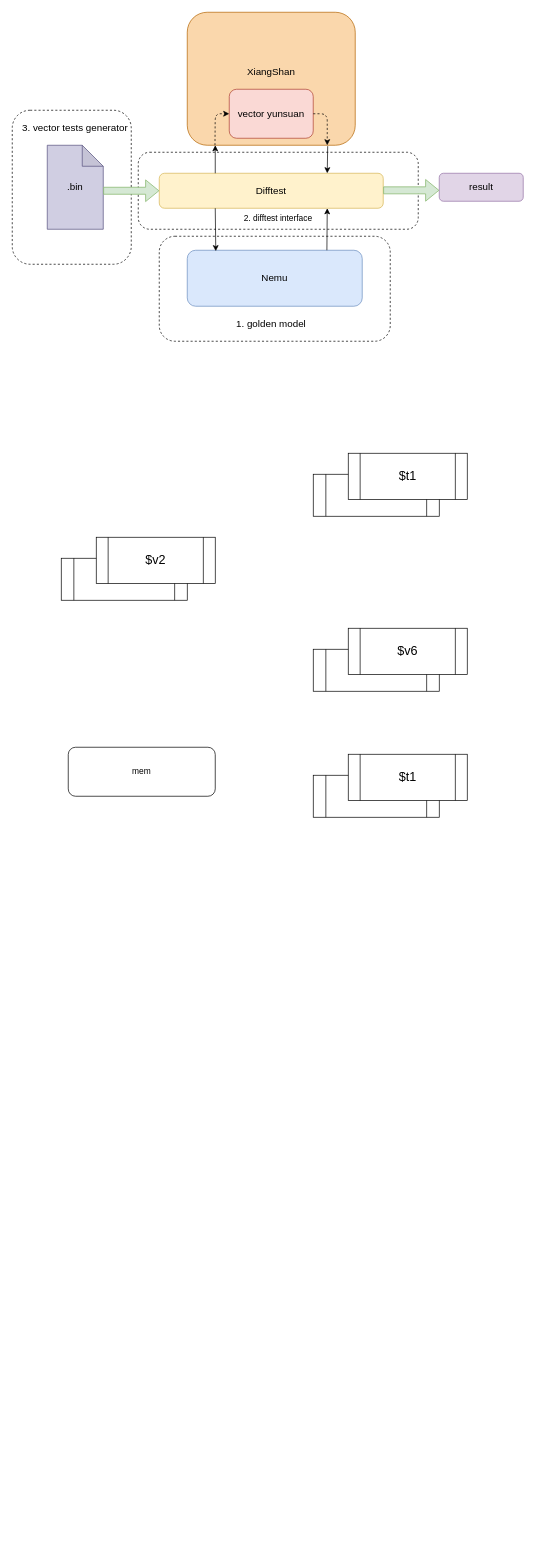
Before: 未命名绘图.drawio in Ziyue-Zhang/draw_picture, a draw.io diagram. Source tidied: cells renumbered, new cells numbered last; positions are measured from the earlier drawing's top-left corner, leaving out a move shared by most shapes. Both pictures are drawn from the tidied source at 70%, with x=0, y=0 at pixel (12, 12).
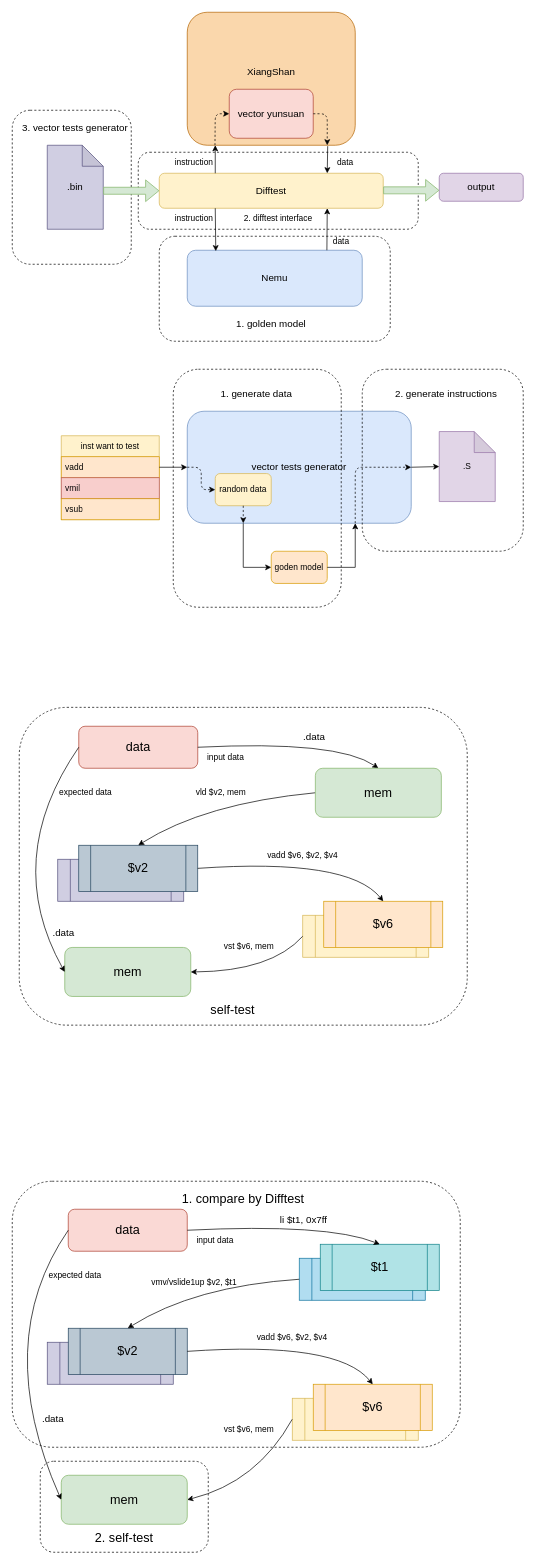
The same page after the edit.

Commit message:
更新未命名绘图.drawio

Diff of the diagram source:
```diff
@@
+    <mxCell id="32" style="rounded=1;whiteSpace=wrap;html=1;fillColor=none;dashed=1;" parent="1" vertex="1">
+      <mxGeometry x="40" y="2070" width="240" height="130" as="geometry" />
+    </mxCell>
+    <mxCell id="33" style="rounded=1;whiteSpace=wrap;html=1;fillColor=none;dashed=1;" parent="1" vertex="1">
+      <mxGeometry y="1670" width="640" height="380" as="geometry" />
+    </mxCell>
-    <mxCell id="2" style="rounded=1;whiteSpace=wrap;html=1;dashed=1;" parent="1" vertex="1">
+    <mxCell id="2" style="rounded=1;whiteSpace=wrap;html=1;dashed=1;fillColor=none;" parent="1" vertex="1">
       <mxGeometry x="180" y="200" width="400" height="110" as="geometry" />
     </mxCell>
-    <mxCell id="3" style="rounded=1;whiteSpace=wrap;html=1;dashed=1;" parent="1" vertex="1">
+    <mxCell id="3" style="rounded=1;whiteSpace=wrap;html=1;dashed=1;fillColor=none;" parent="1" vertex="1">
       <mxGeometry x="210" y="320" width="330" height="150" as="geometry" />
     </mxCell>
-    <mxCell id="4" value="&lt;font style=&quot;font-size: 14px;&quot;&gt;result&lt;/font&gt;" style="rounded=1;whiteSpace=wrap;html=1;fillColor=#e1d5e7;strokeColor=#9673a6;" parent="1" vertex="1">
+    <mxCell id="4" value="&lt;font style=&quot;font-size: 14px;&quot;&gt;output&lt;/font&gt;" style="rounded=1;whiteSpace=wrap;html=1;fillColor=#e1d5e7;strokeColor=#9673a6;" parent="1" vertex="1">
       <mxGeometry x="610" y="230" width="120" height="40" as="geometry" />
     </mxCell>
-    <mxCell id="5" style="rounded=1;whiteSpace=wrap;html=1;glass=0;dashed=1;" parent="1" vertex="1">
+    <mxCell id="5" style="rounded=1;whiteSpace=wrap;html=1;glass=0;dashed=1;fillColor=none;" parent="1" vertex="1">
       <mxGeometry y="140" width="170" height="220" as="geometry" />
     </mxCell>
@@
-    <mxCell id="23" style="shape=process;whiteSpace=wrap;html=1;backgroundOutline=1;" parent="1" vertex="1">
-      <mxGeometry x="430" y="660" width="180" height="60" as="geometry" />
+    <mxCell id="23" style="shape=process;whiteSpace=wrap;html=1;backgroundOutline=1;fillColor=#b1ddf0;strokeColor=#10739e;" parent="1" vertex="1">
+      <mxGeometry x="410" y="1780" width="180" height="60" as="geometry" />
     </mxCell>
-    <mxCell id="24" value="&lt;font style=&quot;font-size: 18px;&quot;&gt;$t1&lt;/font&gt;" style="shape=process;whiteSpace=wrap;html=1;backgroundOutline=1;" parent="1" vertex="1">
-      <mxGeometry x="480" y="630" width="170" height="66" as="geometry" />
+    <mxCell id="24" value="&lt;font style=&quot;font-size: 18px;&quot;&gt;$t1&lt;/font&gt;" style="shape=process;whiteSpace=wrap;html=1;backgroundOutline=1;fillColor=#b0e3e6;strokeColor=#0e8088;" parent="1" vertex="1">
+      <mxGeometry x="440" y="1760" width="170" height="66" as="geometry" />
     </mxCell>
-    <mxCell id="25" style="shape=process;whiteSpace=wrap;html=1;backgroundOutline=1;" parent="1" vertex="1">
-      <mxGeometry x="70" y="780" width="180" height="60" as="geometry" />
+    <mxCell id="25" style="shape=process;whiteSpace=wrap;html=1;backgroundOutline=1;fillColor=#d0cee2;strokeColor=#56517e;" parent="1" vertex="1">
+      <mxGeometry x="50" y="1900" width="180" height="60" as="geometry" />
     </mxCell>
-    <mxCell id="26" value="&lt;font style=&quot;font-size: 18px;&quot;&gt;$v2&lt;/font&gt;" style="shape=process;whiteSpace=wrap;html=1;backgroundOutline=1;" parent="1" vertex="1">
-      <mxGeometry x="120" y="750" width="170" height="66" as="geometry" />
+    <mxCell id="26" value="&lt;font style=&quot;font-size: 18px;&quot;&gt;$v2&lt;/font&gt;" style="shape=process;whiteSpace=wrap;html=1;backgroundOutline=1;fillColor=#bac8d3;strokeColor=#23445d;" parent="1" vertex="1">
+      <mxGeometry x="80" y="1880" width="170" height="66" as="geometry" />
     </mxCell>
-    <mxCell id="27" style="shape=process;whiteSpace=wrap;html=1;backgroundOutline=1;" parent="1" vertex="1">
-      <mxGeometry x="430" y="910" width="180" height="60" as="geometry" />
+    <mxCell id="27" style="shape=process;whiteSpace=wrap;html=1;backgroundOutline=1;fillColor=#fff2cc;strokeColor=#d6b656;" parent="1" vertex="1">
+      <mxGeometry x="400" y="1980" width="180" height="60" as="geometry" />
     </mxCell>
-    <mxCell id="28" value="&lt;font style=&quot;font-size: 18px;&quot;&gt;$v6&lt;/font&gt;" style="shape=process;whiteSpace=wrap;html=1;backgroundOutline=1;" parent="1" vertex="1">
-      <mxGeometry x="480" y="880" width="170" height="66" as="geometry" />
+    <mxCell id="28" value="&lt;font style=&quot;font-size: 18px;&quot;&gt;$v6&lt;/font&gt;" style="shape=process;whiteSpace=wrap;html=1;backgroundOutline=1;fillColor=#ffe6cc;strokeColor=#d79b00;" parent="1" vertex="1">
+      <mxGeometry x="430" y="1960" width="170" height="66" as="geometry" />
     </mxCell>
-    <mxCell id="29" value="mem" style="rounded=1;whiteSpace=wrap;html=1;" parent="1" vertex="1">
-      <mxGeometry x="80" y="1050" width="210" height="70" as="geometry" />
+    <mxCell id="29" value="&lt;font style=&quot;font-size: 18px;&quot;&gt;mem&lt;/font&gt;" style="rounded=1;whiteSpace=wrap;html=1;fillColor=#d5e8d4;strokeColor=#82b366;" parent="1" vertex="1">
+      <mxGeometry x="70" y="2090" width="180" height="70" as="geometry" />
     </mxCell>
-    <mxCell id="30" style="shape=process;whiteSpace=wrap;html=1;backgroundOutline=1;" parent="1" vertex="1">
-      <mxGeometry x="430" y="1090" width="180" height="60" as="geometry" />
-    </mxCell>
-    <mxCell id="31" value="&lt;font style=&quot;font-size: 18px;&quot;&gt;$t1&lt;/font&gt;" style="shape=process;whiteSpace=wrap;html=1;backgroundOutline=1;" parent="1" vertex="1">
-      <mxGeometry x="480" y="1060" width="170" height="66" as="geometry" />
-    </mxCell>
+    <mxCell id="34" value="instruction" style="text;html=1;strokeColor=none;fillColor=none;align=center;verticalAlign=middle;whiteSpace=wrap;rounded=0;" parent="1" vertex="1">
+      <mxGeometry x="230" y="200" width="60" height="30" as="geometry" />
+    </mxCell>
+    <mxCell id="35" value="instruction" style="text;html=1;strokeColor=none;fillColor=none;align=center;verticalAlign=middle;whiteSpace=wrap;rounded=0;" parent="1" vertex="1">
+      <mxGeometry x="230" y="280" width="60" height="30" as="geometry" />
+    </mxCell>
+    <mxCell id="36" value="data" style="text;html=1;strokeColor=none;fillColor=none;align=center;verticalAlign=middle;whiteSpace=wrap;rounded=0;" parent="1" vertex="1">
+      <mxGeometry x="446" y="200" width="60" height="30" as="geometry" />
+    </mxCell>
+    <mxCell id="37" value="data" style="text;html=1;strokeColor=none;fillColor=none;align=center;verticalAlign=middle;whiteSpace=wrap;rounded=0;" parent="1" vertex="1">
+      <mxGeometry x="440" y="312" width="60" height="30" as="geometry" />
+    </mxCell>
+    <mxCell id="38" value="&lt;font style=&quot;font-size: 14px;&quot;&gt;vector tests generator&lt;/font&gt;" style="rounded=1;whiteSpace=wrap;html=1;fillColor=#dae8fc;strokeColor=#6c8ebf;" parent="1" vertex="1">
+      <mxGeometry x="250" y="570" width="320" height="160" as="geometry" />
+    </mxCell>
+    <mxCell id="39" value="inst want to test" style="swimlane;fontStyle=0;horizontal=1;startSize=30;whiteSpace=wrap;html=1;fillColor=#fff2cc;strokeColor=#d6b656;" parent="1" vertex="1">
+      <mxGeometry x="70" y="605" width="140" height="120" as="geometry" />
+    </mxCell>
+    <mxCell id="40" value="vadd" style="text;strokeColor=#d79b00;fillColor=#ffe6cc;align=left;verticalAlign=middle;spacingLeft=4;spacingRight=4;overflow=hidden;points=[[0,0.5],[1,0.5]];portConstraint=eastwest;whiteSpace=wrap;html=1;" parent="39" vertex="1">
+      <mxGeometry y="30" width="140" height="30" as="geometry" />
+    </mxCell>
+    <mxCell id="41" value="vmil" style="text;strokeColor=#b85450;fillColor=#f8cecc;align=left;verticalAlign=middle;spacingLeft=4;spacingRight=4;overflow=hidden;whiteSpace=wrap;html=1;" parent="39" vertex="1">
+      <mxGeometry y="60" width="140" height="30" as="geometry" />
+    </mxCell>
+    <mxCell id="42" value="vsub" style="text;strokeColor=#d79b00;fillColor=#ffe6cc;align=left;verticalAlign=middle;spacingLeft=4;spacingRight=4;overflow=hidden;whiteSpace=wrap;html=1;" parent="39" vertex="1">
+      <mxGeometry y="90" width="140" height="30" as="geometry" />
+    </mxCell>
+    <mxCell id="43" value=".S" style="shape=note;whiteSpace=wrap;html=1;backgroundOutline=1;darkOpacity=0.05;fillColor=#e1d5e7;strokeColor=#9673a6;" parent="1" vertex="1">
+      <mxGeometry x="610" y="599" width="80" height="100" as="geometry" />
+    </mxCell>
+    <mxCell id="44" value="random data" style="rounded=1;whiteSpace=wrap;html=1;fillColor=#fff2cc;strokeColor=#d6b656;" parent="1" vertex="1">
+      <mxGeometry x="290" y="659" width="80" height="46" as="geometry" />
+    </mxCell>
+    <mxCell id="45" value="goden model" style="rounded=1;whiteSpace=wrap;html=1;fillColor=#ffe6cc;strokeColor=#d79b00;" parent="1" vertex="1">
+      <mxGeometry x="370" y="770" width="80" height="46" as="geometry" />
+    </mxCell>
+    <mxCell id="46" style="endArrow=classic;html=1;rounded=0;exitX=0.5;exitY=1;exitDx=0;exitDy=0;dashed=1;" parent="1" edge="1" source="44">
+      <mxGeometry relative="1" as="geometry">
+        <mxPoint x="330" y="730" as="targetPoint" />
+      </mxGeometry>
+    </mxCell>
+    <mxCell id="47" style="endArrow=classic;html=1;rounded=0;exitX=1;exitY=0.5;exitDx=0;exitDy=0;entryX=0.75;entryY=1;entryDx=0;entryDy=0;" parent="1" edge="1" source="45" target="38">
+      <mxGeometry relative="1" as="geometry">
+        <Array as="points">
+          <mxPoint x="490" y="793" />
+        </Array>
+      </mxGeometry>
+    </mxCell>
+    <mxCell id="48" style="endArrow=classic;html=1;rounded=0;exitX=0.25;exitY=1;exitDx=0;exitDy=0;entryX=0;entryY=0.5;entryDx=0;entryDy=0;" parent="1" edge="1" source="38" target="45">
+      <mxGeometry relative="1" as="geometry">
+        <Array as="points">
+          <mxPoint x="330" y="793" />
+        </Array>
+      </mxGeometry>
+    </mxCell>
+    <mxCell id="49" style="endArrow=classic;html=1;rounded=0;exitX=1;exitY=0.5;exitDx=0;exitDy=0;entryX=0;entryY=0.5;entryDx=0;entryDy=0;" parent="1" edge="1" source="40" target="38">
+      <mxGeometry relative="1" as="geometry" />
+    </mxCell>
+    <mxCell id="50" style="endArrow=classic;html=1;rounded=1;exitX=0;exitY=0.5;exitDx=0;exitDy=0;entryX=0;entryY=0.5;entryDx=0;entryDy=0;dashed=1;" parent="1" edge="1" source="38" target="44">
+      <mxGeometry relative="1" as="geometry">
+        <Array as="points">
+          <mxPoint x="270" y="650" />
+          <mxPoint x="270" y="682" />
+        </Array>
+      </mxGeometry>
+    </mxCell>
+    <mxCell id="51" style="endArrow=classic;html=1;rounded=1;exitX=0.75;exitY=1;exitDx=0;exitDy=0;entryX=1;entryY=0.5;entryDx=0;entryDy=0;dashed=1;" parent="1" edge="1" source="38" target="38">
+      <mxGeometry relative="1" as="geometry">
+        <Array as="points">
+          <mxPoint x="490" y="650" />
+        </Array>
+      </mxGeometry>
+    </mxCell>
+    <mxCell id="52" style="endArrow=classic;html=1;rounded=0;exitX=1;exitY=0.5;exitDx=0;exitDy=0;entryX=0;entryY=0.5;entryDx=0;entryDy=0;entryPerimeter=0;" parent="1" edge="1" source="38" target="43">
+      <mxGeometry relative="1" as="geometry" />
+    </mxCell>
+    <mxCell id="53" style="rounded=1;whiteSpace=wrap;html=1;dashed=1;fillColor=none;" parent="1" vertex="1">
+      <mxGeometry x="230" y="510" width="240" height="340" as="geometry" />
+    </mxCell>
+    <mxCell id="54" style="rounded=1;whiteSpace=wrap;html=1;dashed=1;fillColor=none;" parent="1" vertex="1">
+      <mxGeometry x="500" y="510" width="230" height="260" as="geometry" />
+    </mxCell>
+    <mxCell id="55" value="&lt;font style=&quot;font-size: 14px;&quot;&gt;1. generate data&lt;/font&gt;" style="text;html=1;strokeColor=none;fillColor=none;align=center;verticalAlign=middle;whiteSpace=wrap;rounded=0;" parent="1" vertex="1">
+      <mxGeometry x="296" y="530" width="106" height="30" as="geometry" />
+    </mxCell>
+    <mxCell id="56" value="&lt;font style=&quot;font-size: 14px;&quot;&gt;2. generate instructions&lt;/font&gt;" style="text;html=1;strokeColor=none;fillColor=none;align=center;verticalAlign=middle;whiteSpace=wrap;rounded=0;" parent="1" vertex="1">
+      <mxGeometry x="540" y="530" width="160" height="30" as="geometry" />
+    </mxCell>
+    <mxCell id="57" value="&lt;font style=&quot;font-size: 18px;&quot;&gt;data&lt;/font&gt;" style="rounded=1;whiteSpace=wrap;html=1;fillColor=#fad9d5;strokeColor=#ae4132;" parent="1" vertex="1">
+      <mxGeometry x="80" y="1710" width="170" height="60" as="geometry" />
+    </mxCell>
+    <mxCell id="58" style="curved=1;endArrow=classic;html=1;rounded=0;exitX=1;exitY=0.5;exitDx=0;exitDy=0;entryX=0.5;entryY=0;entryDx=0;entryDy=0;" parent="1" edge="1" source="57" target="24">
+      <mxGeometry relative="1" as="geometry">
+        <Array as="points">
+          <mxPoint x="450" y="1730" />
+        </Array>
+      </mxGeometry>
+    </mxCell>
+    <mxCell id="59" style="curved=1;endArrow=classic;html=1;rounded=0;entryX=0.5;entryY=0;entryDx=0;entryDy=0;exitX=0;exitY=0.5;exitDx=0;exitDy=0;" parent="1" edge="1" source="23" target="26">
+      <mxGeometry relative="1" as="geometry">
+        <Array as="points">
+          <mxPoint x="260" y="1820" />
+        </Array>
+      </mxGeometry>
+    </mxCell>
+    <mxCell id="60" style="curved=1;endArrow=classic;html=1;rounded=0;exitX=1;exitY=0.5;exitDx=0;exitDy=0;entryX=0.5;entryY=0;entryDx=0;entryDy=0;" parent="1" edge="1" source="26" target="28">
+      <mxGeometry relative="1" as="geometry">
+        <Array as="points">
+          <mxPoint x="465" y="1898" />
+        </Array>
+      </mxGeometry>
+    </mxCell>
+    <mxCell id="61" style="curved=1;endArrow=classic;html=1;rounded=0;exitX=0;exitY=0.5;exitDx=0;exitDy=0;entryX=0;entryY=0.5;entryDx=0;entryDy=0;" parent="1" edge="1" source="57" target="29">
+      <mxGeometry relative="1" as="geometry">
+        <Array as="points">
+          <mxPoint x="-30" y="1900" />
+        </Array>
+      </mxGeometry>
+    </mxCell>
+    <mxCell id="62" style="curved=1;endArrow=classic;html=1;rounded=0;exitX=0;exitY=0.5;exitDx=0;exitDy=0;entryX=1;entryY=0.5;entryDx=0;entryDy=0;" parent="1" edge="1" source="27" target="29">
+      <mxGeometry relative="1" as="geometry">
+        <Array as="points">
+          <mxPoint x="350" y="2100" />
+        </Array>
+      </mxGeometry>
+    </mxCell>
+    <mxCell id="63" value="expected data" style="text;html=1;strokeColor=none;fillColor=none;align=center;verticalAlign=middle;whiteSpace=wrap;rounded=0;" parent="1" vertex="1">
+      <mxGeometry x="40" y="1790" width="100" height="30" as="geometry" />
+    </mxCell>
+    <mxCell id="64" value="input data" style="text;html=1;strokeColor=none;fillColor=none;align=center;verticalAlign=middle;whiteSpace=wrap;rounded=0;" parent="1" vertex="1">
+      <mxGeometry x="240" y="1740" width="100" height="30" as="geometry" />
+    </mxCell>
+    <mxCell id="65" value="&lt;font style=&quot;font-size: 18px;&quot;&gt;1. compare by Difftest&lt;/font&gt;" style="text;html=1;strokeColor=none;fillColor=none;align=center;verticalAlign=middle;whiteSpace=wrap;rounded=0;" parent="1" vertex="1">
+      <mxGeometry x="230" y="1680" width="200" height="30" as="geometry" />
+    </mxCell>
+    <mxCell id="66" value="&lt;font style=&quot;font-size: 18px;&quot;&gt;2. self-test&lt;/font&gt;" style="text;html=1;strokeColor=none;fillColor=none;align=center;verticalAlign=middle;whiteSpace=wrap;rounded=0;" parent="1" vertex="1">
+      <mxGeometry x="60" y="2165" width="200" height="30" as="geometry" />
+    </mxCell>
+    <mxCell id="67" value="&lt;font style=&quot;font-size: 14px;&quot;&gt;li $t1, 0x7ff&lt;/font&gt;" style="text;html=1;strokeColor=none;fillColor=none;align=center;verticalAlign=middle;whiteSpace=wrap;rounded=0;" parent="1" vertex="1">
+      <mxGeometry x="373" y="1710" width="87" height="30" as="geometry" />
+    </mxCell>
+    <mxCell id="68" value="vmv/vslide1up $v2, $t1" style="text;html=1;strokeColor=none;fillColor=none;align=center;verticalAlign=middle;whiteSpace=wrap;rounded=0;" parent="1" vertex="1">
+      <mxGeometry x="190" y="1800" width="140" height="30" as="geometry" />
+    </mxCell>
+    <mxCell id="69" value="vadd $v6, $v2, $v4" style="text;html=1;strokeColor=none;fillColor=none;align=center;verticalAlign=middle;whiteSpace=wrap;rounded=0;" parent="1" vertex="1">
+      <mxGeometry x="330" y="1879" width="140" height="30" as="geometry" />
+    </mxCell>
+    <mxCell id="70" style="shape=process;whiteSpace=wrap;html=1;backgroundOutline=1;fillColor=#d0cee2;strokeColor=#56517e;" parent="1" vertex="1">
+      <mxGeometry x="65" y="1210" width="180" height="60" as="geometry" />
+    </mxCell>
+    <mxCell id="71" value="&lt;font style=&quot;font-size: 18px;&quot;&gt;$v2&lt;/font&gt;" style="shape=process;whiteSpace=wrap;html=1;backgroundOutline=1;fillColor=#bac8d3;strokeColor=#23445d;" parent="1" vertex="1">
+      <mxGeometry x="95" y="1190" width="170" height="66" as="geometry" />
+    </mxCell>
+    <mxCell id="72" style="shape=process;whiteSpace=wrap;html=1;backgroundOutline=1;fillColor=#fff2cc;strokeColor=#d6b656;" parent="1" vertex="1">
+      <mxGeometry x="415" y="1290" width="180" height="60" as="geometry" />
+    </mxCell>
+    <mxCell id="73" value="&lt;font style=&quot;font-size: 18px;&quot;&gt;$v6&lt;/font&gt;" style="shape=process;whiteSpace=wrap;html=1;backgroundOutline=1;fillColor=#ffe6cc;strokeColor=#d79b00;" parent="1" vertex="1">
+      <mxGeometry x="445" y="1270" width="170" height="66" as="geometry" />
+    </mxCell>
+    <mxCell id="74" value="&lt;font style=&quot;font-size: 18px;&quot;&gt;mem&lt;/font&gt;" style="rounded=1;whiteSpace=wrap;html=1;fillColor=#d5e8d4;strokeColor=#82b366;" parent="1" vertex="1">
+      <mxGeometry x="75" y="1336" width="180" height="70" as="geometry" />
+    </mxCell>
+    <mxCell id="75" value="&lt;font style=&quot;font-size: 18px;&quot;&gt;data&lt;/font&gt;" style="rounded=1;whiteSpace=wrap;html=1;fillColor=#fad9d5;strokeColor=#ae4132;" parent="1" vertex="1">
+      <mxGeometry x="95" y="1020" width="170" height="60" as="geometry" />
+    </mxCell>
+    <mxCell id="76" style="curved=1;endArrow=classic;html=1;rounded=0;exitX=1;exitY=0.5;exitDx=0;exitDy=0;entryX=0.5;entryY=0;entryDx=0;entryDy=0;" parent="1" edge="1" source="75" target="87">
+      <mxGeometry relative="1" as="geometry">
+        <Array as="points">
+          <mxPoint x="465" y="1040" />
+        </Array>
+      </mxGeometry>
+    </mxCell>
+    <mxCell id="77" style="curved=1;endArrow=classic;html=1;rounded=0;entryX=0.5;entryY=0;entryDx=0;entryDy=0;exitX=0;exitY=0.5;exitDx=0;exitDy=0;" parent="1" edge="1" source="87" target="71">
+      <mxGeometry relative="1" as="geometry">
+        <Array as="points">
+          <mxPoint x="275" y="1130" />
+        </Array>
+      </mxGeometry>
+    </mxCell>
+    <mxCell id="78" style="curved=1;endArrow=classic;html=1;rounded=0;exitX=1;exitY=0.5;exitDx=0;exitDy=0;entryX=0.5;entryY=0;entryDx=0;entryDy=0;" parent="1" edge="1" source="71" target="73">
+      <mxGeometry relative="1" as="geometry">
+        <Array as="points">
+          <mxPoint x="480" y="1208" />
+        </Array>
+      </mxGeometry>
+    </mxCell>
+    <mxCell id="79" style="curved=1;endArrow=classic;html=1;rounded=0;exitX=0;exitY=0.5;exitDx=0;exitDy=0;entryX=0;entryY=0.5;entryDx=0;entryDy=0;" parent="1" edge="1" source="75" target="74">
+      <mxGeometry relative="1" as="geometry">
+        <Array as="points">
+          <mxPoint x="-15" y="1210" />
+        </Array>
+      </mxGeometry>
+    </mxCell>
+    <mxCell id="80" style="curved=1;endArrow=classic;html=1;rounded=0;exitX=0;exitY=0.5;exitDx=0;exitDy=0;entryX=1;entryY=0.5;entryDx=0;entryDy=0;" parent="1" edge="1" source="72" target="74">
+      <mxGeometry relative="1" as="geometry">
+        <Array as="points">
+          <mxPoint x="370" y="1370" />
+        </Array>
+      </mxGeometry>
+    </mxCell>
+    <mxCell id="81" value="expected data" style="text;html=1;strokeColor=none;fillColor=none;align=center;verticalAlign=middle;whiteSpace=wrap;rounded=0;" parent="1" vertex="1">
+      <mxGeometry x="55" y="1100" width="100" height="30" as="geometry" />
+    </mxCell>
+    <mxCell id="82" value="input data" style="text;html=1;strokeColor=none;fillColor=none;align=center;verticalAlign=middle;whiteSpace=wrap;rounded=0;" parent="1" vertex="1">
+      <mxGeometry x="255" y="1050" width="100" height="30" as="geometry" />
+    </mxCell>
+    <mxCell id="83" value="&lt;font style=&quot;font-size: 14px;&quot;&gt;.data&lt;/font&gt;" style="text;html=1;strokeColor=none;fillColor=none;align=center;verticalAlign=middle;whiteSpace=wrap;rounded=0;" parent="1" vertex="1">
+      <mxGeometry x="388" y="1020" width="87" height="30" as="geometry" />
+    </mxCell>
+    <mxCell id="84" value="vadd $v6, $v2, $v4" style="text;html=1;strokeColor=none;fillColor=none;align=center;verticalAlign=middle;whiteSpace=wrap;rounded=0;" parent="1" vertex="1">
+      <mxGeometry x="345" y="1189" width="140" height="30" as="geometry" />
+    </mxCell>
+    <mxCell id="85" value="&lt;font style=&quot;font-size: 14px;&quot;&gt;.data&lt;/font&gt;" style="text;html=1;strokeColor=none;fillColor=none;align=center;verticalAlign=middle;whiteSpace=wrap;rounded=0;" parent="1" vertex="1">
+      <mxGeometry x="15" y="1995" width="87" height="30" as="geometry" />
+    </mxCell>
+    <mxCell id="86" value="vst $v6, mem&amp;nbsp;" style="text;html=1;strokeColor=none;fillColor=none;align=center;verticalAlign=middle;whiteSpace=wrap;rounded=0;" parent="1" vertex="1">
+      <mxGeometry x="270" y="2010" width="140" height="30" as="geometry" />
+    </mxCell>
+    <mxCell id="87" value="&lt;font style=&quot;font-size: 18px;&quot;&gt;mem&lt;/font&gt;" style="rounded=1;whiteSpace=wrap;html=1;fillColor=#d5e8d4;strokeColor=#82b366;" parent="1" vertex="1">
+      <mxGeometry x="433" y="1080" width="180" height="70" as="geometry" />
+    </mxCell>
+    <mxCell id="88" value="vst $v6, mem&amp;nbsp;" style="text;html=1;strokeColor=none;fillColor=none;align=center;verticalAlign=middle;whiteSpace=wrap;rounded=0;" parent="1" vertex="1">
+      <mxGeometry x="270" y="1320" width="140" height="30" as="geometry" />
+    </mxCell>
+    <mxCell id="89" value="vld $v2, mem&amp;nbsp;" style="text;html=1;strokeColor=none;fillColor=none;align=center;verticalAlign=middle;whiteSpace=wrap;rounded=0;" parent="1" vertex="1">
+      <mxGeometry x="230" y="1100" width="140" height="30" as="geometry" />
+    </mxCell>
+    <mxCell id="90" value="&lt;font style=&quot;font-size: 14px;&quot;&gt;.data&lt;/font&gt;" style="text;html=1;strokeColor=none;fillColor=none;align=center;verticalAlign=middle;whiteSpace=wrap;rounded=0;" parent="1" vertex="1">
+      <mxGeometry x="30" y="1300" width="87" height="30" as="geometry" />
+    </mxCell>
+    <mxCell id="91" style="rounded=1;whiteSpace=wrap;html=1;fillColor=none;dashed=1;" parent="1" vertex="1">
+      <mxGeometry x="10" y="993" width="640" height="454" as="geometry" />
+    </mxCell>
+    <mxCell id="92" value="&lt;font style=&quot;font-size: 18px;&quot;&gt;self-test&lt;/font&gt;" style="text;html=1;strokeColor=none;fillColor=none;align=center;verticalAlign=middle;whiteSpace=wrap;rounded=0;" parent="1" vertex="1">
+      <mxGeometry x="215" y="1411" width="200" height="30" as="geometry" />
+    </mxCell>
```
